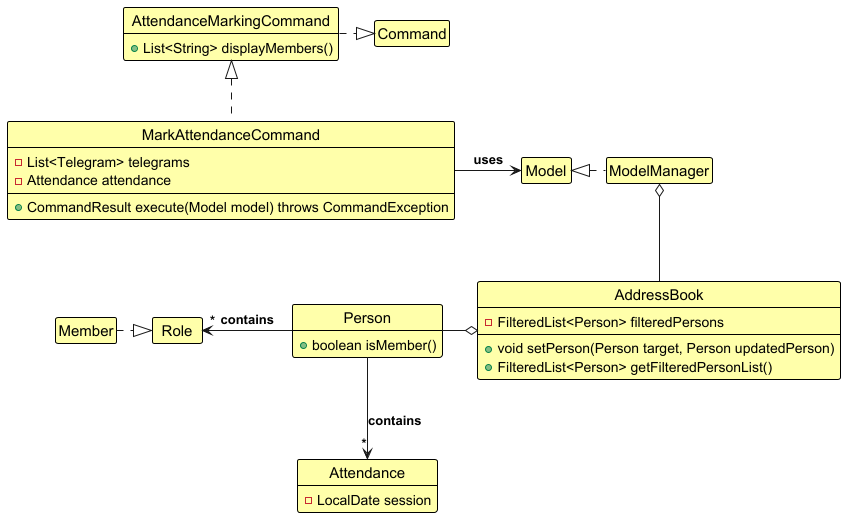
Before: docs/images/MarkAttendanceCommandClassDiagram.png, a diagram exported from PlantUML (nus-cs2103-AY2425S1/tp). The source it was exported from:
```plantuml
@startuml
!include style.puml
skinparam ClassFontColor #000000
skinparam ClassBorderColor #000000
skinparam ClassBackgroundColor #FFFFAA


class AddressBook {
    - FilteredList<Person> filteredPersons
    + void setPerson(Person target, Person updatedPerson)
    + FilteredList<Person> getFilteredPersonList()
}

class Model

class Person {
    + boolean isMember()
}

class Attendance {
    - LocalDate session
}

class Role

class Member

class AttendanceMarkingCommand {
    + List<String> displayMembers()
}

class MarkAttendanceCommand {
    - List<Telegram> telegrams
    - Attendance attendance
    + CommandResult execute(Model model) throws CommandException
}


AttendanceMarkingCommand .right.|> Command
MarkAttendanceCommand .up.|> AttendanceMarkingCommand
ModelManager .left.|> Model
ModelManager o-- AddressBook
AddressBook o-left- Person
MarkAttendanceCommand -right-> Model : uses
Member .right.|> Role
Person -left-> "*" Role : contains
Person --> "*" Attendance : contains
@enduml
```
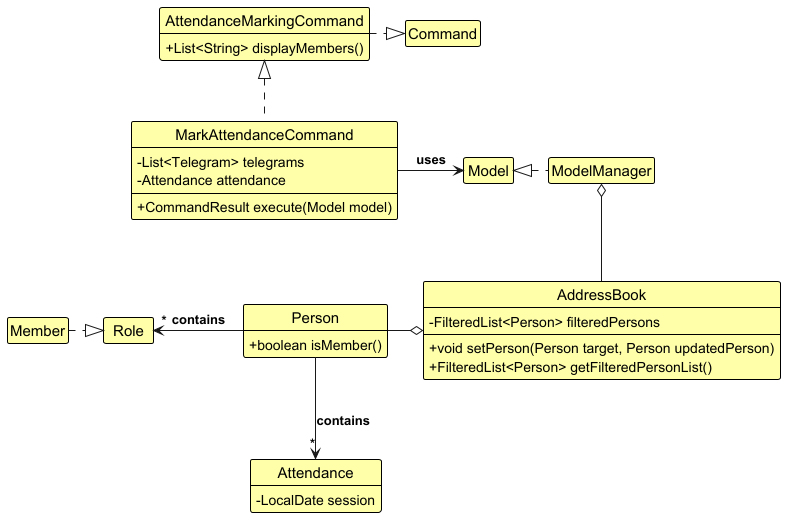
The same diagram one commit later.

What changed in the source:
```diff
@@ -3,6 +3,7 @@
 skinparam ClassFontColor #000000
 skinparam ClassBorderColor #000000
 skinparam ClassBackgroundColor #FFFFAA
+skinparam classAttributeIconSize 0
 
 
 class AddressBook {
@@ -32,7 +33,7 @@
 class MarkAttendanceCommand {
     - List<Telegram> telegrams
     - Attendance attendance
-    + CommandResult execute(Model model) throws CommandException
+    + CommandResult execute(Model model)
 }
 
 
```
